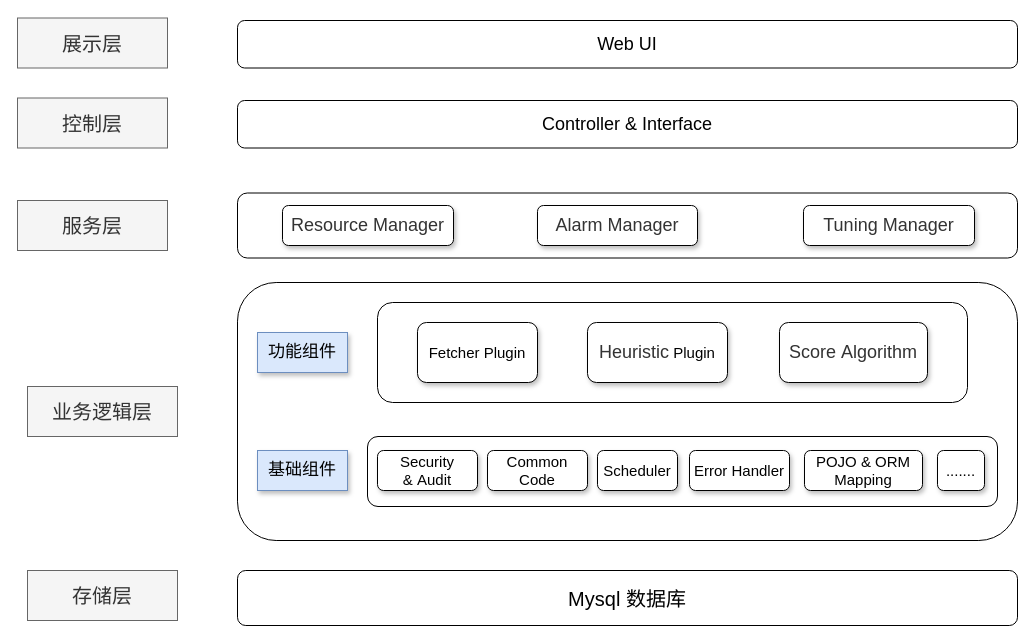
imperio-wxm/draw keeps this draw.io diagram as warship/Warship分层架构图.drawio. Above is the earlier version. Source tidied: cells renumbered, new cells numbered last; positions are measured from the earlier drawing's top-left corner, leaving out a move shared by most shapes. Both pictures are drawn from the tidied source at 100%, with x=0, y=0 at pixel (17, 18).
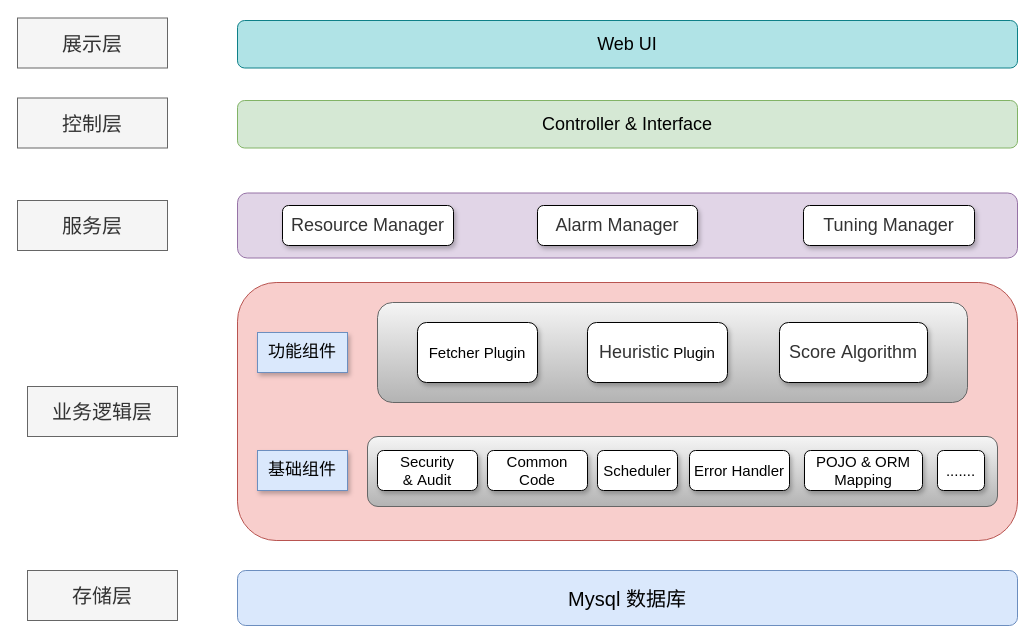
The same page after the edit.

Commit message (it also covers changes not shown here):
Update Warship分层架构图.drawio

What changed in the source:
```diff
@@
-    <mxCell id="2" style="rounded=1;whiteSpace=wrap;html=1;" parent="1" vertex="1">
+    <mxCell id="2" style="rounded=1;whiteSpace=wrap;html=1;fillColor=#f8cecc;strokeColor=#b85450;" parent="1" vertex="1">
       <mxGeometry x="220" y="264" width="780" height="258" as="geometry" />
     </mxCell>
-    <mxCell id="3" style="rounded=1;whiteSpace=wrap;html=1;" parent="1" vertex="1">
+    <mxCell id="3" style="rounded=1;whiteSpace=wrap;html=1;fillColor=#f5f5f5;strokeColor=#666666;gradientColor=#b3b3b3;" parent="1" vertex="1">
       <mxGeometry x="360" y="284" width="590" height="100" as="geometry" />
     </mxCell>
@@
-    <mxCell id="9" value="&lt;font style=&quot;font-size: 20px&quot;&gt;Mysql 数据库&lt;/font&gt;" style="rounded=1;whiteSpace=wrap;html=1;" parent="1" vertex="1">
+    <mxCell id="9" value="&lt;font style=&quot;font-size: 20px&quot;&gt;Mysql 数据库&lt;/font&gt;" style="rounded=1;whiteSpace=wrap;html=1;fillColor=#dae8fc;strokeColor=#6c8ebf;" parent="1" vertex="1">
       <mxGeometry x="220" y="552" width="780" height="55" as="geometry" />
     </mxCell>
@@
-    <mxCell id="12" style="rounded=1;whiteSpace=wrap;html=1;" parent="1" vertex="1">
+    <mxCell id="12" style="rounded=1;whiteSpace=wrap;html=1;fillColor=#f5f5f5;strokeColor=#666666;gradientColor=#b3b3b3;" parent="1" vertex="1">
       <mxGeometry x="350" y="418" width="630" height="70" as="geometry" />
     </mxCell>
@@
-    <mxCell id="22" style="rounded=1;whiteSpace=wrap;html=1;" parent="1" vertex="1">
+    <mxCell id="22" style="rounded=1;whiteSpace=wrap;html=1;fillColor=#e1d5e7;strokeColor=#9673a6;" parent="1" vertex="1">
       <mxGeometry x="220" y="174.5" width="780" height="65" as="geometry" />
     </mxCell>
@@
-    <mxCell id="26" value="&lt;font style=&quot;font-size: 18px&quot;&gt;Controller &amp;amp; Interface&lt;/font&gt;" style="rounded=1;whiteSpace=wrap;html=1;" parent="1" vertex="1">
+    <mxCell id="26" value="&lt;font style=&quot;font-size: 18px&quot;&gt;Controller &amp;amp; Interface&lt;/font&gt;" style="rounded=1;whiteSpace=wrap;html=1;fillColor=#d5e8d4;strokeColor=#82b366;" parent="1" vertex="1">
       <mxGeometry x="220" y="82" width="780" height="47.5" as="geometry" />
     </mxCell>
-    <mxCell id="27" value="&lt;font style=&quot;font-size: 18px&quot;&gt;Web UI&lt;/font&gt;" style="rounded=1;whiteSpace=wrap;html=1;" parent="1" vertex="1">
+    <mxCell id="27" value="&lt;font style=&quot;font-size: 18px&quot;&gt;Web UI&lt;/font&gt;" style="rounded=1;whiteSpace=wrap;html=1;fillColor=#b0e3e6;strokeColor=#0e8088;" parent="1" vertex="1">
       <mxGeometry x="220" y="2" width="780" height="47.5" as="geometry" />
     </mxCell>
```
